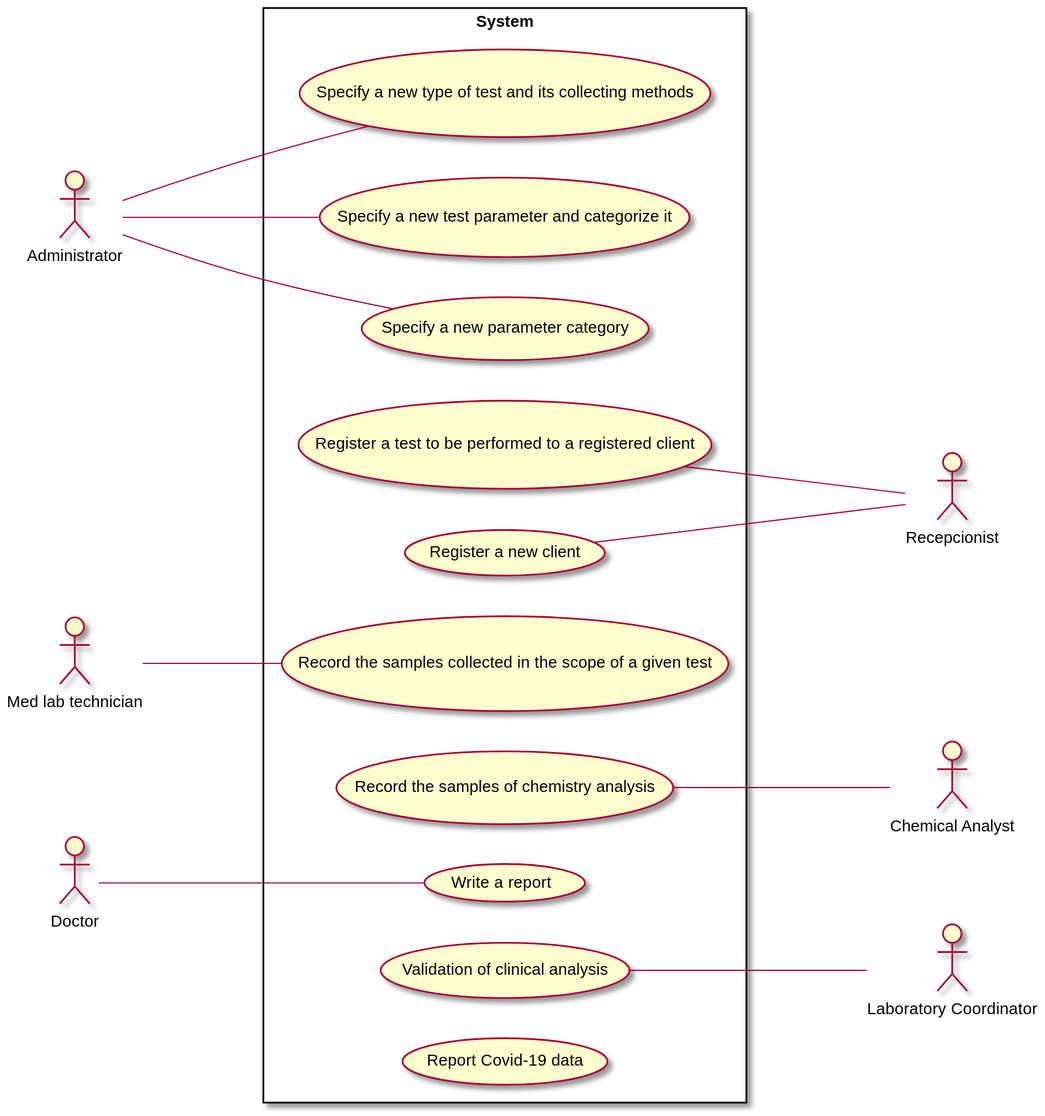
manu-07-ela/LAPR2_ISEP keeps this PlantUML diagram as docs/SprintA/Artifacts/UCD.svg. Above is the earlier version.
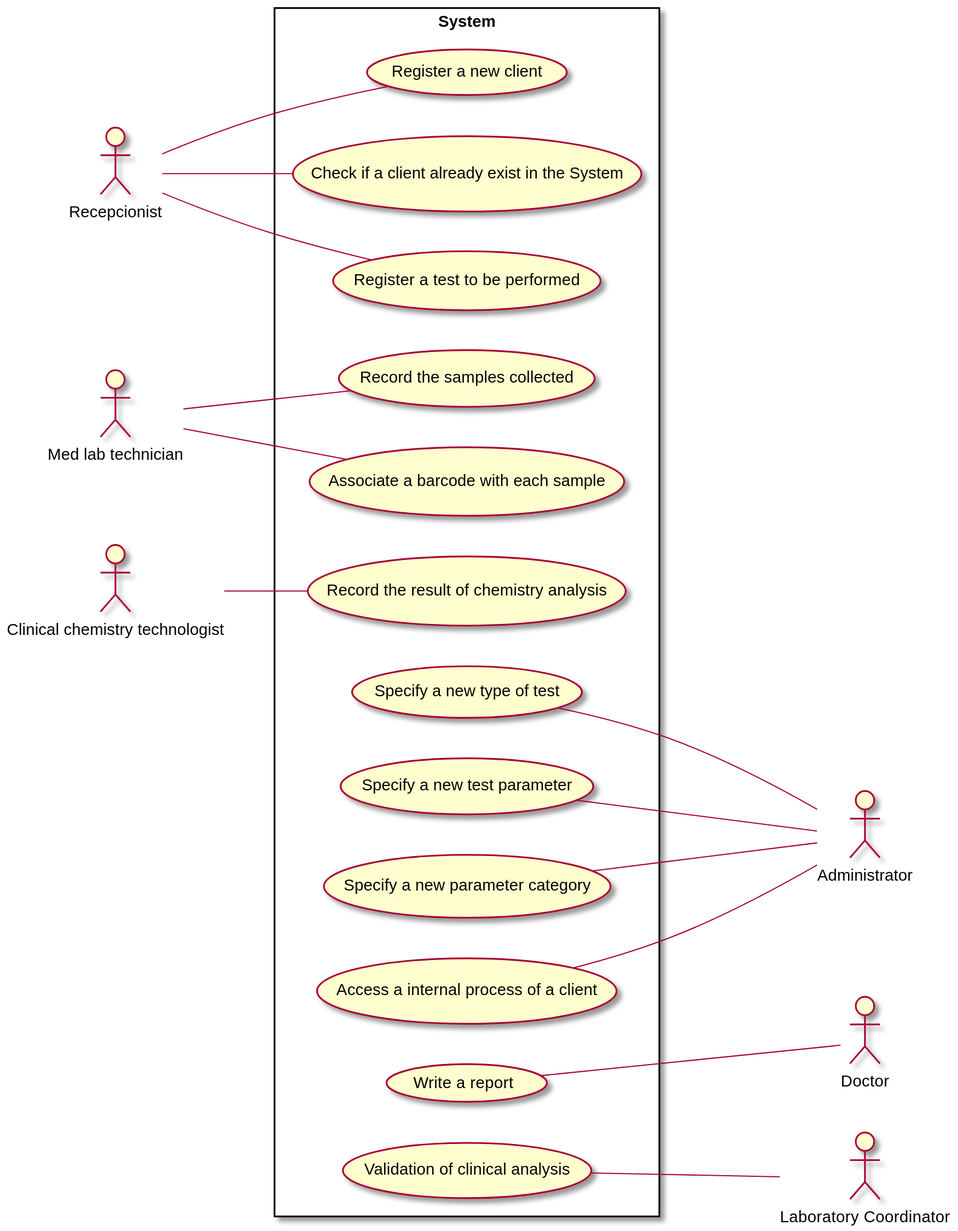
Later version of the same file.

Diff of the diagram source:
```diff
@@ -3,32 +3,41 @@
 actor "Administrator" as Adm
 actor "Recepcionist" as Recp
 actor "Med lab technician" as MedLab
+actor "Clinical chemistry technologist" as ClinTec
 actor "Doctor" as Doc
-actor "Chemical Analyst" as chemAna
 actor "Laboratory Coordinator" as LabCod
 
 
 rectangle System{
-usecase "Specify a new type of test and its collecting methods" as UC1
-usecase "Specify a new test parameter and categorize it" as UC2
-usecase "Specify a new parameter category" as UC3
-usecase "Register a test to be performed to a registered client" as UC4
-usecase "Register a new client" as UC6
-usecase "Record the samples collected in the scope of a given test" as UC5
-usecase "Record the samples of chemistry analysis" as UC7
-usecase "Write a report" as UC8
-usecase "Validation of clinical analysis" as UC9
-usecase "Report Covid-19 data" as UC10
+
+usecase "Register a new client" as UC1
+usecase "Check if a client already exist in the System" as UC2
+usecase "Register a test to be performed" as UC3
+usecase "Record the samples collected" as UC5
+usecase "Associate a barcode with each sample" as UC6
+usecase "Record the result of chemistry analysis" as UC7
+usecase "Specify a new type of test" as UC9
+usecase "Specify a new test parameter" as UC10
+usecase "Specify a new parameter category" as UC11
+usecase "Write a report" as UC12
+usecase "Validation of clinical analysis" as UC13
+usecase "Access a internal process of a client" as UC16
+
 }
-Adm --- UC1
-Adm --- UC2
-Adm --- UC3
-UC4 --- Recp
-UC6 --- Recp
-MedLab --- UC5
-Doc --- UC8
-UC7  --- chemAna
-UC9 --- LabCod
+
+Recp -- UC1
+Recp -- UC2
+Recp -- UC3
+MedLab -- UC5
+MedLab -- UC6
+ClinTec -- UC7
+UC9 --- Adm
+UC10 --- Adm
+UC11 --- Adm
+UC16 --- Adm
+UC12 --- Doc
+UC13 --- LabCod
+
 
 
 
```
